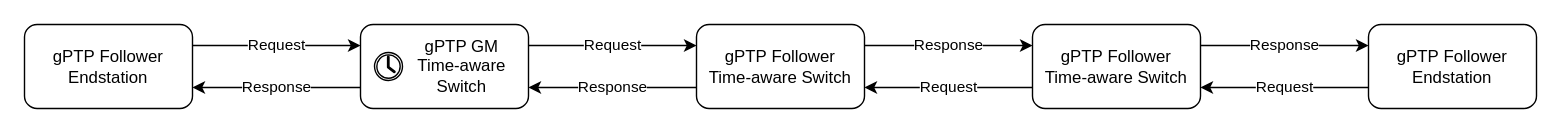
This is static/images/gPTP-sync.drawio from avb-academy/avb_academy, a draw.io file, before an edit. Source tidied: cells renumbered, new cells numbered last; positions are measured from the earlier drawing's top-left corner, leaving out a move shared by most shapes. Both pictures are drawn from the tidied source at 140%, with x=0, y=0 at pixel (24, 24).
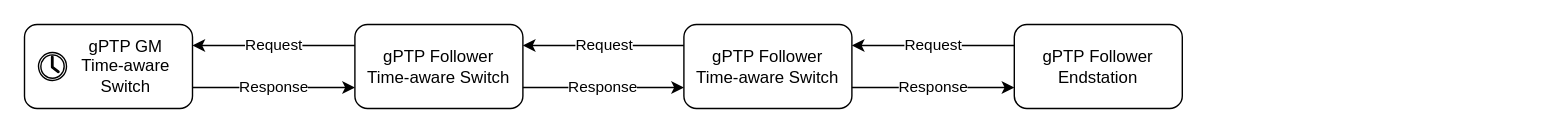
Above is the later version.

Commit message (it also covers changes not shown here):
#26: updates PTP sync pictures for better understanding

Diff of the diagram source:
```diff
@@
 <mxGraphModel>
   <root>
     <mxCell id="0" />
     <mxCell id="1" parent="0" />
-    <mxCell id="2" value="Request" style="edgeStyle=orthogonalEdgeStyle;rounded=0;jettySize=auto;html=1;exitX=1;exitY=0.25;exitDx=0;exitDy=0;entryX=0;entryY=0.25;entryDx=0;entryDy=0;" parent="1" edge="1" source="3" target="5">
-      <mxGeometry relative="1" as="geometry" />
-    </mxCell>
-    <mxCell id="3" value="gPTP&amp;nbsp;Follower&lt;div&gt;Endstation&lt;/div&gt;" style="rounded=1;whiteSpace=wrap;html=1;" parent="1" vertex="1">
-      <mxGeometry width="120" height="60" as="geometry" />
-    </mxCell>
     <mxCell id="4" style="group;spacingLeft=0;" parent="1" vertex="1">
-      <mxGeometry x="240" width="120" height="60" as="geometry" />
+      <mxGeometry width="120" height="60" as="geometry" />
     </mxCell>
     <mxCell id="5" value="gPTP GM&lt;div&gt;&lt;div style=&quot;&quot;&gt;&lt;span style=&quot;background-color: initial;&quot;&gt;Time-aware&lt;/span&gt;&lt;/div&gt;&lt;div&gt;&lt;span style=&quot;background-color: initial;&quot;&gt;Switch&lt;/span&gt;&lt;br&gt;&lt;/div&gt;&lt;/div&gt;" style="rounded=1;whiteSpace=wrap;html=1;align=center;spacingLeft=25;" parent="4" vertex="1">
       <mxGeometry width="120" height="60" as="geometry" />
     </mxCell>
     <mxCell id="6" style="sketch=0;shadow=0;dashed=0;html=1;labelPosition=center;verticalLabelPosition=bottom;verticalAlign=top;align=center;shape=mxgraph.office.concepts.clock;" parent="4" vertex="1">
       <mxGeometry x="10" y="20" width="20" height="20" as="geometry" />
     </mxCell>
-    <mxCell id="7" value="Response" style="edgeStyle=orthogonalEdgeStyle;rounded=0;jettySize=auto;html=1;exitX=0;exitY=0.75;exitDx=0;exitDy=0;entryX=1;entryY=0.75;entryDx=0;entryDy=0;" parent="1" edge="1" source="9" target="5">
+    <mxCell id="7" value="Response" style="edgeStyle=orthogonalEdgeStyle;rounded=0;jettySize=auto;html=1;exitX=0;exitY=0.75;exitDx=0;exitDy=0;entryX=1;entryY=0.75;entryDx=0;entryDy=0;endArrow=none;endFill=0;startArrow=classic;startFill=1;" parent="1" edge="1" source="9" target="5">
       <mxGeometry relative="1" as="geometry" />
     </mxCell>
-    <mxCell id="8" value="Response" style="edgeStyle=orthogonalEdgeStyle;rounded=0;jettySize=auto;html=1;exitX=1;exitY=0.25;exitDx=0;exitDy=0;entryX=0;entryY=0.25;entryDx=0;entryDy=0;" parent="1" edge="1" source="9" target="12">
+    <mxCell id="8" value="Request" style="edgeStyle=orthogonalEdgeStyle;rounded=0;jettySize=auto;html=1;exitX=1;exitY=0.25;exitDx=0;exitDy=0;entryX=0;entryY=0.25;entryDx=0;entryDy=0;endArrow=none;endFill=0;startArrow=classic;startFill=1;" parent="1" edge="1" source="9" target="12">
       <mxGeometry relative="1" as="geometry" />
     </mxCell>
     <mxCell id="9" value="gPTP&amp;nbsp;Follower&lt;div&gt;Time-aware Switch&lt;/div&gt;" style="rounded=1;whiteSpace=wrap;html=1;" parent="1" vertex="1">
-      <mxGeometry x="480" width="120" height="60" as="geometry" />
+      <mxGeometry x="236" width="120" height="60" as="geometry" />
     </mxCell>
-    <mxCell id="10" value="Request" style="edgeStyle=orthogonalEdgeStyle;rounded=0;jettySize=auto;html=1;exitX=0;exitY=0.75;exitDx=0;exitDy=0;entryX=1;entryY=0.75;entryDx=0;entryDy=0;" parent="1" edge="1" source="12" target="9">
+    <mxCell id="10" value="Response" style="edgeStyle=orthogonalEdgeStyle;rounded=0;jettySize=auto;html=1;exitX=0;exitY=0.75;exitDx=0;exitDy=0;entryX=1;entryY=0.75;entryDx=0;entryDy=0;endArrow=none;endFill=0;startArrow=classic;startFill=1;" parent="1" edge="1" source="12" target="9">
       <mxGeometry relative="1" as="geometry" />
     </mxCell>
-    <mxCell id="11" value="Response" style="edgeStyle=orthogonalEdgeStyle;rounded=0;jettySize=auto;html=1;exitX=1;exitY=0.25;exitDx=0;exitDy=0;entryX=0;entryY=0.25;entryDx=0;entryDy=0;" parent="1" edge="1" source="12" target="14">
+    <mxCell id="11" value="Request" style="edgeStyle=orthogonalEdgeStyle;rounded=0;jettySize=auto;html=1;exitX=1;exitY=0.25;exitDx=0;exitDy=0;entryX=0;entryY=0.25;entryDx=0;entryDy=0;endArrow=none;endFill=0;startArrow=classic;startFill=1;" parent="1" edge="1" source="12" target="14">
       <mxGeometry relative="1" as="geometry" />
     </mxCell>
     <mxCell id="12" value="gPTP&amp;nbsp;Follower&lt;div&gt;Time-aware Switch&lt;/div&gt;" style="rounded=1;whiteSpace=wrap;html=1;" parent="1" vertex="1">
-      <mxGeometry x="720" width="120" height="60" as="geometry" />
+      <mxGeometry x="471" width="120" height="60" as="geometry" />
     </mxCell>
-    <mxCell id="13" value="Request" style="edgeStyle=orthogonalEdgeStyle;rounded=0;jettySize=auto;html=1;exitX=0;exitY=0.75;exitDx=0;exitDy=0;entryX=1;entryY=0.75;entryDx=0;entryDy=0;" parent="1" edge="1" source="14" target="12">
+    <mxCell id="13" value="Response" style="edgeStyle=orthogonalEdgeStyle;rounded=0;jettySize=auto;html=1;exitX=0;exitY=0.75;exitDx=0;exitDy=0;entryX=1;entryY=0.75;entryDx=0;entryDy=0;endArrow=none;endFill=0;startArrow=classic;startFill=1;" parent="1" edge="1" source="14" target="12">
       <mxGeometry relative="1" as="geometry" />
     </mxCell>
     <mxCell id="14" value="gPTP&amp;nbsp;Follower&lt;div&gt;Endstation&lt;/div&gt;" style="rounded=1;whiteSpace=wrap;html=1;" parent="1" vertex="1">
-      <mxGeometry x="960" width="120" height="60" as="geometry" />
+      <mxGeometry x="707" width="120" height="60" as="geometry" />
     </mxCell>
-    <mxCell id="15" value="Response" style="edgeStyle=orthogonalEdgeStyle;rounded=0;jettySize=auto;html=1;exitX=0;exitY=0.75;exitDx=0;exitDy=0;entryX=1;entryY=0.75;entryDx=0;entryDy=0;" parent="1" edge="1" source="5" target="3">
-      <mxGeometry relative="1" as="geometry" />
-    </mxCell>
-    <mxCell id="16" value="Request" style="edgeStyle=orthogonalEdgeStyle;rounded=0;jettySize=auto;html=1;exitX=1;exitY=0.25;exitDx=0;exitDy=0;entryX=0;entryY=0.25;entryDx=0;entryDy=0;" parent="1" edge="1" source="5" target="9">
+    <mxCell id="16" value="Request" style="edgeStyle=orthogonalEdgeStyle;rounded=0;jettySize=auto;html=1;exitX=1;exitY=0.25;exitDx=0;exitDy=0;entryX=0;entryY=0.25;entryDx=0;entryDy=0;endArrow=none;endFill=0;startArrow=classic;startFill=1;" parent="1" edge="1" source="5" target="9">
       <mxGeometry relative="1" as="geometry" />
     </mxCell>
   </root>
 </mxGraphModel>
```
